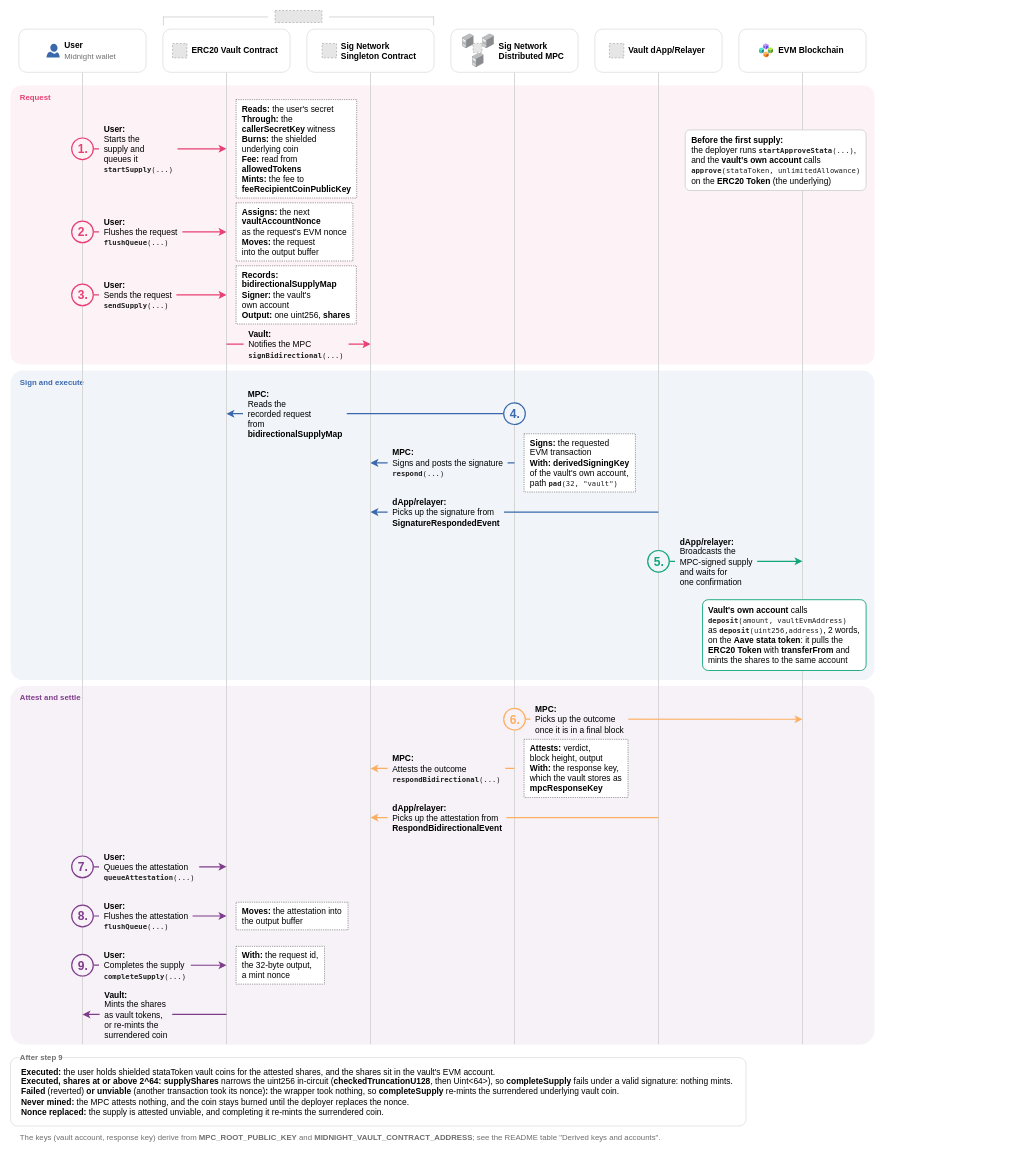
This is examples/erc20-vault/docs/supply/supply.drawio from sig-net/midnight-examples, a draw.io file, before an edit. Source tidied: cells renumbered, new cells numbered last; positions are measured from the earlier drawing's top-left corner, leaving out a move shared by most shapes. Both pictures are drawn from the tidied source at 60%, with x=0, y=0 at pixel (10, 10). Pictures stored in the file or linked from it are replaced by grey dashed boxes.
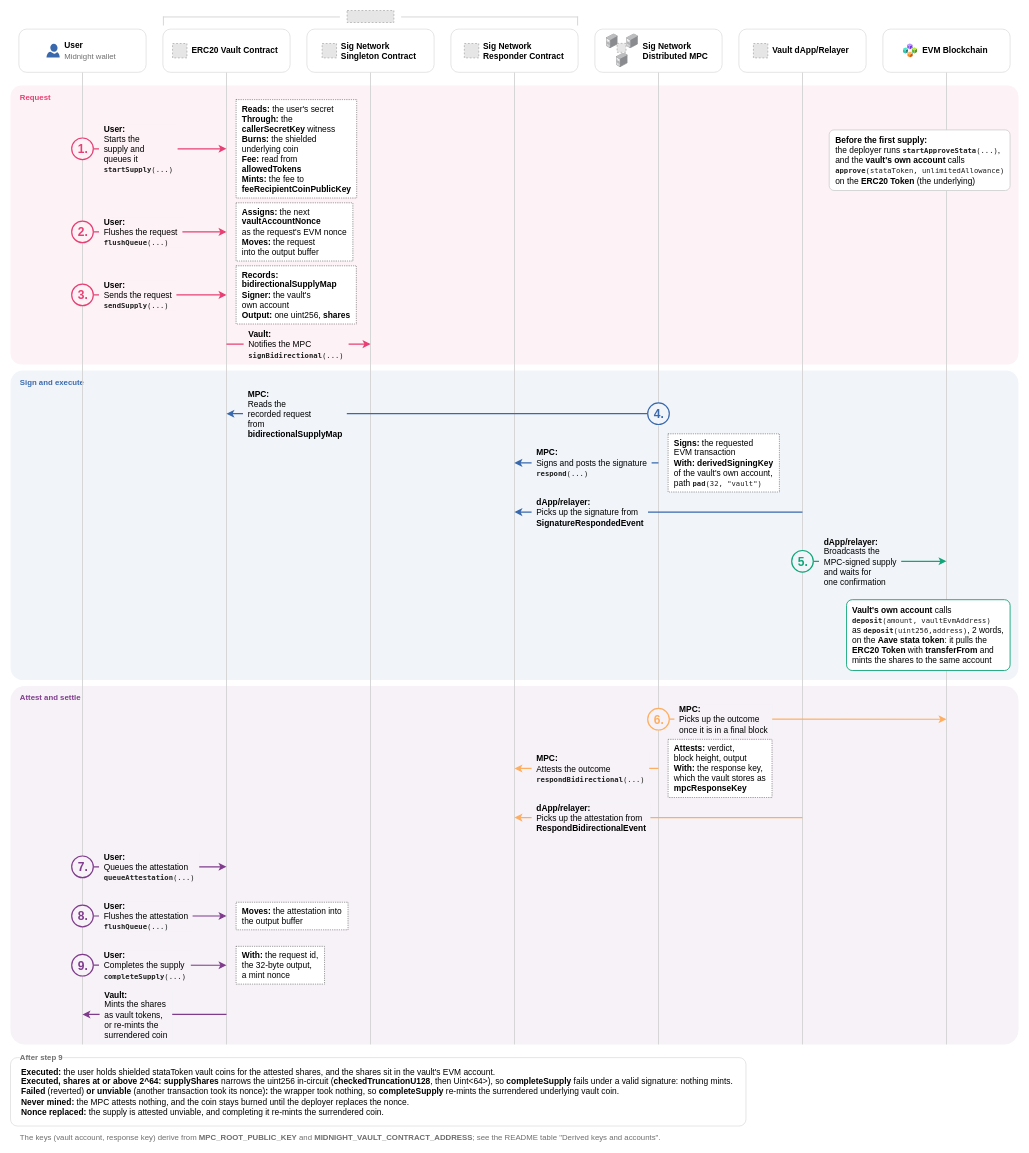
After the change.

The change refers to these unchanged cells:
```xml
<mxCell id="17" style="rounded=0;html=1;fillColor=#D3D3D3;strokeColor=none;" parent="1" vertex="1">
  <mxGeometry x="599.2" y="103" width="1.5" height="1620.2" as="geometry" />
</mxCell>
<mxCell id="59" style="exitX=0;exitY=0.50000;exitDx=0;exitDy=0;entryX=0.5;entryY=0.35119516;entryDx=0;entryDy=0;html=1;strokeColor=#3969AC;rounded=1;arcSize=20;strokeWidth=2;exitPerimeter=0;entryPerimeter=0;endSize=7;" parent="1" edge="1" source="85" target="13">
  <mxGeometry relative="1" as="geometry" />
</mxCell>
```

What changed in the source:
```diff
@@
     <mxCell id="2" style="rounded=1;arcSize=4;absoluteArcSize=0;whiteSpace=wrap;html=1;fillColor=#FDF2F5;strokeColor=none;" parent="1" vertex="1">
-      <mxGeometry y="125" width="1440" height="465" as="geometry" />
+      <mxGeometry y="125" width="1680" height="465" as="geometry" />
     </mxCell>
@@
     <mxCell id="4" style="rounded=1;arcSize=4;absoluteArcSize=0;whiteSpace=wrap;html=1;fillColor=#F1F5FA;strokeColor=none;" parent="1" vertex="1">
-      <mxGeometry y="600" width="1440" height="516" as="geometry" />
+      <mxGeometry y="600" width="1680" height="516" as="geometry" />
     </mxCell>
@@
     <mxCell id="6" style="rounded=1;arcSize=4;absoluteArcSize=0;whiteSpace=wrap;html=1;fillColor=#F6F2F7;strokeColor=none;" parent="1" vertex="1">
-      <mxGeometry y="1126" width="1440" height="597.2" as="geometry" />
+      <mxGeometry y="1126" width="1680" height="597.2" as="geometry" />
     </mxCell>
@@
+    <mxCell id="92" style="rounded=0;html=1;fillColor=#D3D3D3;strokeColor=none;" parent="1" vertex="1">
+      <mxGeometry x="839.2" y="103" width="1.5" height="1620.2" as="geometry" />
+    </mxCell>
@@
+    <mxCell id="93" style="rounded=1;arcSize=18;whiteSpace=wrap;html=1;fillColor=#FFFFFF;strokeColor=#D3D3D3;" parent="1" vertex="1">
+      <mxGeometry x="734" y="31" width="212" height="72" as="geometry" />
+    </mxCell>
@@
+    <mxCell id="94" style="fillColor=#E6E6E6;strokeColor=#999999;dashed=1;labelBackgroundColor=default;verticalAlign=bottom;" parent="1" vertex="1">
+      <mxGeometry x="756.4" y="55" width="24" height="24" as="geometry" />
+    </mxCell>
@@
+    <mxCell id="95" value="&lt;b&gt;Sig Network&lt;br&gt;Responder Contract&lt;/b&gt;" style="text;html=1;align=left;verticalAlign=middle;spacing=0;fontSize=14;" parent="1" vertex="1">
+      <mxGeometry x="788.4" y="49" width="135.2" height="36" as="geometry" />
+    </mxCell>
     <mxCell id="21" style="rounded=0;html=1;fillColor=#D3D3D3;strokeColor=none;" parent="1" vertex="1">
-      <mxGeometry x="839.2" y="103" width="1.5" height="1620.2" as="geometry" />
+      <mxGeometry x="1079.2" y="103" width="1.5" height="1620.2" as="geometry" />
     </mxCell>
     <mxCell id="22" style="rounded=1;arcSize=18;whiteSpace=wrap;html=1;fillColor=#FFFFFF;strokeColor=#D3D3D3;" parent="1" vertex="1">
-      <mxGeometry x="734" y="31" width="212" height="72" as="geometry" />
+      <mxGeometry x="974" y="31" width="212" height="72" as="geometry" />
     </mxCell>
     <mxCell id="23" style="image;html=1;align=center;fontSize=12;image=img/lib/allied_telesis/computer_and_terminals/Server_Desktop.svg;verticalAlign=bottom;" parent="1" vertex="1">
-      <mxGeometry x="753.1" y="39" width="19.3" height="24.1" as="geometry" />
+      <mxGeometry x="993.1" y="39" width="19.3" height="24.1" as="geometry" />
     </mxCell>
     <mxCell id="24" style="image;html=1;align=center;fontSize=12;image=img/lib/allied_telesis/computer_and_terminals/Server_Desktop.svg;verticalAlign=bottom;" parent="1" vertex="1">
-      <mxGeometry x="786.8" y="39" width="19.3" height="24.1" as="geometry" />
+      <mxGeometry x="1026.8" y="39" width="19.3" height="24.1" as="geometry" />
     </mxCell>
     <mxCell id="25" style="image;html=1;align=center;fontSize=12;image=img/lib/allied_telesis/computer_and_terminals/Server_Desktop.svg;verticalAlign=bottom;" parent="1" vertex="1">
-      <mxGeometry x="769.7" y="70.5" width="19.3" height="24.1" as="geometry" />
+      <mxGeometry x="1009.7" y="70.5" width="19.3" height="24.1" as="geometry" />
     </mxCell>
     <mxCell id="26" style="fillColor=#E6E6E6;strokeColor=#999999;dashed=1;labelBackgroundColor=default;verticalAlign=top;" parent="1" vertex="1">
-      <mxGeometry x="771" y="54.8" width="14.9" height="14.9" as="geometry" />
+      <mxGeometry x="1011" y="54.8" width="14.9" height="14.9" as="geometry" />
     </mxCell>
     <mxCell id="27" value="&lt;b&gt;Sig Network&lt;br&gt;Distributed MPC&lt;/b&gt;" style="text;html=1;align=left;verticalAlign=middle;spacing=0;fontSize=14;" parent="1" vertex="1">
-      <mxGeometry x="814.1" y="49" width="112.9" height="36" as="geometry" />
+      <mxGeometry x="1054.1" y="49" width="112.9" height="36" as="geometry" />
     </mxCell>
     <mxCell id="28" style="rounded=0;html=1;fillColor=#D3D3D3;strokeColor=none;" parent="1" vertex="1">
-      <mxGeometry x="1079.2" y="103" width="1.5" height="1620.2" as="geometry" />
+      <mxGeometry x="1319.2" y="103" width="1.5" height="1620.2" as="geometry" />
     </mxCell>
     <mxCell id="29" style="rounded=1;arcSize=18;whiteSpace=wrap;html=1;fillColor=#FFFFFF;strokeColor=#D3D3D3;" parent="1" vertex="1">
-      <mxGeometry x="974" y="31" width="212" height="72" as="geometry" />
+      <mxGeometry x="1214" y="31" width="212" height="72" as="geometry" />
     </mxCell>
     <mxCell id="30" style="fillColor=#E6E6E6;strokeColor=#999999;dashed=1;labelBackgroundColor=default;verticalAlign=bottom;" parent="1" vertex="1">
-      <mxGeometry x="998.2" y="55" width="24" height="24" as="geometry" />
+      <mxGeometry x="1238.2" y="55" width="24" height="24" as="geometry" />
     </mxCell>
     <mxCell id="31" value="&lt;b&gt;Vault dApp/Relayer&lt;/b&gt;" style="text;html=1;align=left;verticalAlign=middle;spacing=0;fontSize=14;" parent="1" vertex="1">
-      <mxGeometry x="1030.2" y="58" width="131.6" height="18" as="geometry" />
+      <mxGeometry x="1270.2" y="58" width="131.6" height="18" as="geometry" />
     </mxCell>
     <mxCell id="32" style="rounded=0;html=1;fillColor=#D3D3D3;strokeColor=none;" parent="1" vertex="1">
-      <mxGeometry x="1319.2" y="103" width="1.5" height="1620.2" as="geometry" />
+      <mxGeometry x="1559.2" y="103" width="1.5" height="1620.2" as="geometry" />
     </mxCell>
     <mxCell id="33" style="rounded=1;arcSize=18;whiteSpace=wrap;html=1;fillColor=#FFFFFF;strokeColor=#D3D3D3;" parent="1" vertex="1">
-      <mxGeometry x="1214" y="31" width="212" height="72" as="geometry" />
+      <mxGeometry x="1454" y="31" width="212" height="72" as="geometry" />
     </mxCell>
     <mxCell id="34" style="image;html=1;align=center;fontSize=12;image=img/lib/azure2/blockchain/Consortium.svg;verticalAlign=bottom;" parent="1" vertex="1">
-      <mxGeometry x="1247.5" y="55" width="24" height="24" as="geometry" />
+      <mxGeometry x="1487.5" y="55" width="24" height="24" as="geometry" />
     </mxCell>
     <mxCell id="35" value="&lt;b&gt;EVM Blockchain&lt;/b&gt;" style="text;html=1;align=left;verticalAlign=middle;spacing=0;fontSize=14;" parent="1" vertex="1">
-      <mxGeometry x="1279.5" y="58" width="112.9" height="18" as="geometry" />
+      <mxGeometry x="1519.5" y="58" width="112.9" height="18" as="geometry" />
     </mxCell>
     <mxCell id="36" style="rounded=0;html=1;fillColor=#D3D3D3;strokeColor=none;" parent="1" vertex="1">
-      <mxGeometry x="254" y="10" width="175" height="1.5" as="geometry" />
+      <mxGeometry x="254" y="10" width="295" height="1.5" as="geometry" />
     </mxCell>
     <mxCell id="37" style="rounded=0;html=1;fillColor=#D3D3D3;strokeColor=none;" parent="1" vertex="1">
-      <mxGeometry x="531" y="10" width="175" height="1.5" as="geometry" />
+      <mxGeometry x="651" y="10" width="295" height="1.5" as="geometry" />
     </mxCell>
@@
     <mxCell id="39" style="rounded=0;html=1;fillColor=#D3D3D3;strokeColor=none;" parent="1" vertex="1">
-      <mxGeometry x="704.5" y="10" width="1.5" height="15" as="geometry" />
+      <mxGeometry x="944.5" y="10" width="1.5" height="15" as="geometry" />
     </mxCell>
     <mxCell id="40" style="fillColor=#E6E6E6;strokeColor=#999999;dashed=1;labelBackgroundColor=default;verticalAlign=bottom;" parent="1" vertex="1">
-      <mxGeometry x="441" width="78" height="20" as="geometry" />
+      <mxGeometry x="561" width="78" height="20" as="geometry" />
     </mxCell>
@@
     <mxCell id="44" value="&lt;b&gt;Signs:&lt;/b&gt; the requested&lt;br&gt;EVM transaction&lt;br&gt;&lt;b&gt;With:&lt;/b&gt; &lt;b&gt;derivedSigningKey&lt;/b&gt;&lt;br&gt;of the vault's own account,&lt;br&gt;path &lt;span style=&quot;font-family: Menlo, Monaco, 'Courier New', monospace; font-size: 12px; color: rgb(32, 32, 32);&quot;&gt;&lt;b&gt;pad&lt;/b&gt;(32, &quot;vault&quot;)&lt;/span&gt;" style="text;whiteSpace=wrap;html=1;horizontal=1;verticalAlign=middle;align=left;spacing=0;spacingLeft=10;spacingRight=6;fontSize=14;dashed=1;dashPattern=1 2;strokeColor=default;fillColor=#FFFFFF;" parent="1" vertex="1">
-      <mxGeometry x="856" y="705.5" width="185.5" height="97" as="geometry" />
+      <mxGeometry x="1096" y="705.5" width="185.5" height="97" as="geometry" />
     </mxCell>
     <mxCell id="45" value="&lt;b&gt;Attests:&lt;/b&gt; verdict,&lt;br&gt;block height, output&lt;br&gt;&lt;b&gt;With:&lt;/b&gt; the response key,&lt;br&gt;which the vault stores as&lt;br&gt;&lt;b&gt;mpcResponseKey&lt;/b&gt;" style="text;whiteSpace=wrap;html=1;horizontal=1;verticalAlign=middle;align=left;spacing=0;spacingLeft=10;spacingRight=6;fontSize=14;dashed=1;dashPattern=1 2;strokeColor=default;fillColor=#FFFFFF;" parent="1" vertex="1">
-      <mxGeometry x="856" y="1214.7" width="173.2" height="97" as="geometry" />
+      <mxGeometry x="1096" y="1214.7" width="173.2" height="97" as="geometry" />
     </mxCell>
@@
     <mxCell id="60" value="&amp;nbsp;&amp;nbsp;&lt;b&gt;MPC:&lt;/b&gt;&amp;nbsp;&amp;nbsp;&lt;br&gt;&amp;nbsp;&amp;nbsp;Reads the&amp;nbsp;&amp;nbsp;&lt;br&gt;&amp;nbsp;&amp;nbsp;recorded request&amp;nbsp;&amp;nbsp;&lt;br&gt;&amp;nbsp;&amp;nbsp;from&amp;nbsp;&amp;nbsp;&lt;br&gt;&amp;nbsp;&amp;nbsp;&lt;b&gt;bidirectionalSupplyMap&lt;/b&gt;&amp;nbsp;&amp;nbsp;" style="edgeLabel;html=1;align=left;verticalAlign=middle;labelBackgroundColor=#F1F5FA;spacing=0;fontSize=14;" parent="59" vertex="1">
-      <mxGeometry x="0.88" relative="1" as="geometry" />
+      <mxGeometry x="0.92" relative="1" as="geometry" />
     </mxCell>
-    <mxCell id="61" style="exitX=0.5;exitY=0.40179936;exitDx=0;exitDy=0;entryX=0.5;entryY=0.40179936;entryDx=0;entryDy=0;html=1;strokeColor=#3969AC;rounded=1;arcSize=20;strokeWidth=2;exitPerimeter=0;entryPerimeter=0;endSize=7;" parent="1" edge="1" source="21" target="17">
+    <mxCell id="61" style="exitX=0.5;exitY=0.40179936;exitDx=0;exitDy=0;entryX=0.5;entryY=0.40179936;entryDx=0;entryDy=0;html=1;strokeColor=#3969AC;rounded=1;arcSize=20;strokeWidth=2;exitPerimeter=0;entryPerimeter=0;endSize=7;" parent="1" edge="1" source="21" target="92">
       <mxGeometry relative="1" as="geometry" />
     </mxCell>
@@
-    <mxCell id="63" style="exitX=0.5;exitY=0.45241365;exitDx=0;exitDy=0;entryX=0.5;entryY=0.45241365;entryDx=0;entryDy=0;html=1;strokeColor=#3969AC;rounded=1;arcSize=20;strokeWidth=2;exitPerimeter=0;entryPerimeter=0;endSize=7;" parent="1" edge="1" source="28" target="17">
+    <mxCell id="63" style="exitX=0.5;exitY=0.45241365;exitDx=0;exitDy=0;entryX=0.5;entryY=0.45241365;entryDx=0;entryDy=0;html=1;strokeColor=#3969AC;rounded=1;arcSize=20;strokeWidth=2;exitPerimeter=0;entryPerimeter=0;endSize=7;" parent="1" edge="1" source="28" target="92">
       <mxGeometry relative="1" as="geometry" />
     </mxCell>
@@
-    <mxCell id="69" style="exitX=0.5;exitY=0.71608234;exitDx=0;exitDy=0;entryX=0.5;entryY=0.71608234;entryDx=0;entryDy=0;html=1;strokeColor=#FDAE61;rounded=1;arcSize=20;strokeWidth=2;exitPerimeter=0;entryPerimeter=0;endSize=7;" parent="1" edge="1" source="21" target="17">
+    <mxCell id="69" style="exitX=0.5;exitY=0.71608234;exitDx=0;exitDy=0;entryX=0.5;entryY=0.71608234;entryDx=0;entryDy=0;html=1;strokeColor=#FDAE61;rounded=1;arcSize=20;strokeWidth=2;exitPerimeter=0;entryPerimeter=0;endSize=7;" parent="1" edge="1" source="21" target="92">
       <mxGeometry relative="1" as="geometry" />
     </mxCell>
@@
-    <mxCell id="71" style="exitX=0.5;exitY=0.76669664;exitDx=0;exitDy=0;entryX=0.5;entryY=0.76669664;entryDx=0;entryDy=0;html=1;strokeColor=#FDAE61;rounded=1;arcSize=20;strokeWidth=2;exitPerimeter=0;entryPerimeter=0;endSize=7;" parent="1" edge="1" source="28" target="17">
+    <mxCell id="71" style="exitX=0.5;exitY=0.76669664;exitDx=0;exitDy=0;entryX=0.5;entryY=0.76669664;entryDx=0;entryDy=0;html=1;strokeColor=#FDAE61;rounded=1;arcSize=20;strokeWidth=2;exitPerimeter=0;entryPerimeter=0;endSize=7;" parent="1" edge="1" source="28" target="92">
       <mxGeometry relative="1" as="geometry" />
     </mxCell>
@@
     <mxCell id="81" value="&lt;b&gt;Before the first supply:&lt;/b&gt;&lt;br&gt;the deployer runs &lt;span style=&quot;font-family: Menlo, Monaco, 'Courier New', monospace; font-size: 12px; color: rgb(32, 32, 32);&quot;&gt;&lt;b&gt;startApproveStata&lt;/b&gt;(...)&lt;/span&gt;,&lt;br&gt;and the &lt;b&gt;vault's own account&lt;/b&gt; calls&lt;br&gt;&lt;span style=&quot;font-family: Menlo, Monaco, 'Courier New', monospace; font-size: 12px; color: rgb(32, 32, 32);&quot;&gt;&lt;b&gt;approve&lt;/b&gt;(stataToken, unlimitedAllowance)&lt;/span&gt;&lt;br&gt;on the &lt;b&gt;ERC20 Token&lt;/b&gt; (the underlying)" style="rounded=1;arcSize=8;whiteSpace=wrap;html=1;align=left;verticalAlign=middle;fillColor=#FFFFFF;strokeColor=#D3D3D3;strokeWidth=1.5;spacing=0;spacingLeft=10;spacingRight=10;fontSize=14;" parent="1" vertex="1">
-      <mxGeometry x="1124.5" y="199" width="301.5" height="101" as="geometry" />
+      <mxGeometry x="1364.5" y="199" width="301.5" height="101" as="geometry" />
     </mxCell>
@@
     <mxCell id="85" value="4." style="ellipse;whiteSpace=wrap;html=1;fontStyle=1;fontSize=20;spacing=0;spacingTop=-1;fillColor=#F1F5FA;spacingLeft=2;fontColor=#3969AC;strokeWidth=2;strokeColor=#3969AC;" parent="1" vertex="1">
-      <mxGeometry x="822" y="654" width="36" height="36" as="geometry" />
+      <mxGeometry x="1062" y="654" width="36" height="36" as="geometry" />
     </mxCell>
     <mxCell id="86" value="5." style="ellipse;whiteSpace=wrap;html=1;fontStyle=1;fontSize=20;spacing=0;spacingTop=-1;fillColor=#F1F5FA;spacingLeft=2;fontColor=#11A579;strokeWidth=2;strokeColor=#11A579;" parent="1" vertex="1">
-      <mxGeometry x="1062" y="900" width="36" height="36" as="geometry" />
+      <mxGeometry x="1302" y="900" width="36" height="36" as="geometry" />
     </mxCell>
     <mxCell id="87" value="&lt;b&gt;Vault's own account&lt;/b&gt; calls&lt;br&gt;&lt;span style=&quot;font-family: Menlo, Monaco, 'Courier New', monospace; font-size: 12px; color: rgb(32, 32, 32);&quot;&gt;&lt;b&gt;deposit&lt;/b&gt;(amount, vaultEvmAddress)&lt;/span&gt;&lt;br&gt;as &lt;span style=&quot;font-family: Menlo, Monaco, 'Courier New', monospace; font-size: 12px; color: rgb(32, 32, 32);&quot;&gt;&lt;b&gt;deposit&lt;/b&gt;(uint256,address)&lt;/span&gt;, 2 words,&lt;br&gt;on the &lt;b&gt;Aave stata token&lt;/b&gt;: it pulls the&lt;br&gt;&lt;b&gt;ERC20 Token&lt;/b&gt; with &lt;b&gt;transferFrom&lt;/b&gt; and&lt;br&gt;mints the shares to the same account" style="rounded=1;arcSize=8;whiteSpace=wrap;html=1;align=left;verticalAlign=middle;fillColor=#FFFFFF;strokeColor=#11A579;strokeWidth=1.5;spacing=0;spacingLeft=10;spacingRight=10;fontSize=14;" parent="1" vertex="1">
-      <mxGeometry x="1153.4" y="982" width="272.6" height="118" as="geometry" />
+      <mxGeometry x="1393.4" y="982" width="272.6" height="118" as="geometry" />
     </mxCell>
     <mxCell id="88" value="6." style="ellipse;whiteSpace=wrap;html=1;fontStyle=1;fontSize=20;spacing=0;spacingTop=-1;fillColor=#F6F2F7;spacingLeft=2;fontColor=#FDAE61;strokeWidth=2;strokeColor=#FDAE61;" parent="1" vertex="1">
-      <mxGeometry x="822" y="1163.2" width="36" height="36" as="geometry" />
+      <mxGeometry x="1062" y="1163.2" width="36" height="36" as="geometry" />
     </mxCell>
```
